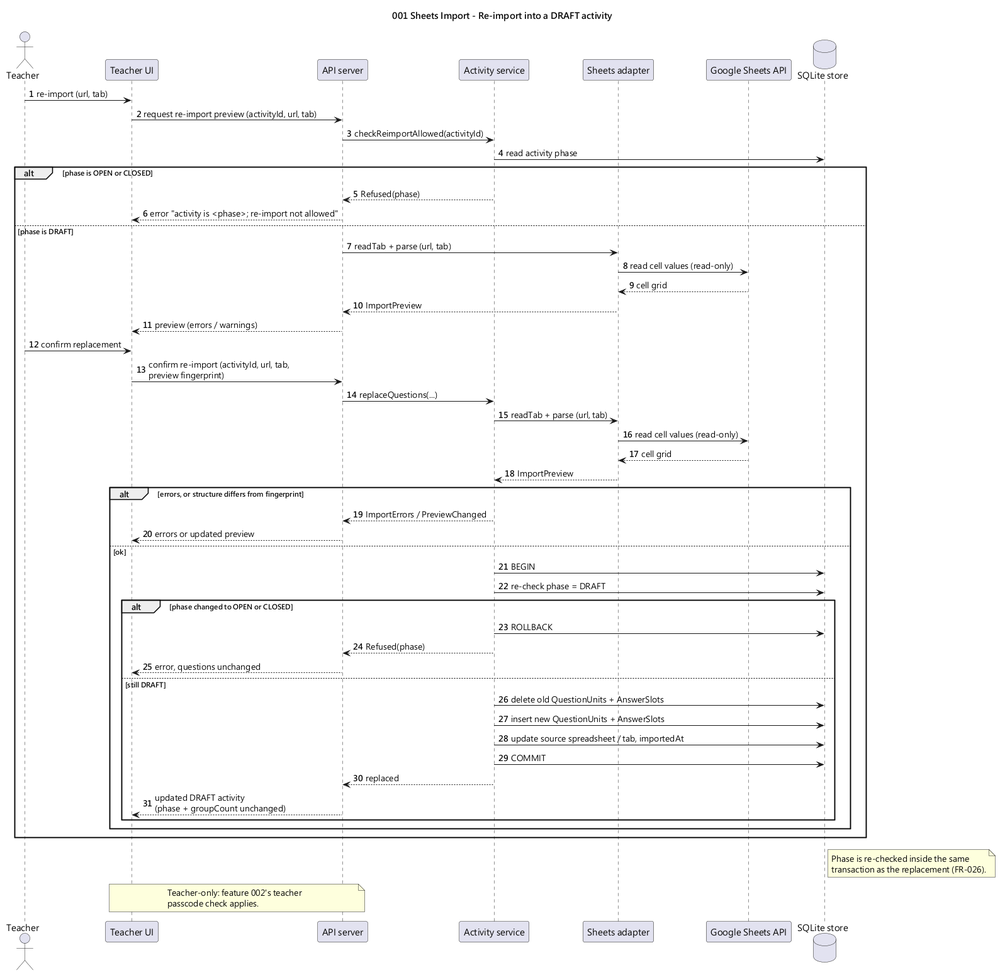
This is diagrams/001-seq-reimport.png from WasabiSaikou/quiz-buzzer, a PlantUML export, as it was before one commit. The source it was exported from:
```plantuml
@startuml 001-seq-reimport
title 001 Sheets Import - Re-import into a DRAFT activity

skinparam shadowing false
skinparam defaultFontName "Microsoft JhengHei"
autonumber

actor Teacher
participant "Teacher UI" as TUI
participant "API server" as API
participant "Activity service" as ACT
participant "Sheets adapter" as SA
participant "Google Sheets API" as GSA
database "SQLite store" as DB

Teacher -> TUI : re-import (url, tab)
TUI -> API : request re-import preview (activityId, url, tab)
API -> ACT : checkReimportAllowed(activityId)
ACT -> DB : read activity phase
alt phase is OPEN or CLOSED
  ACT --> API : Refused(phase)
  API --> TUI : error "activity is <phase>; re-import not allowed"
else phase is DRAFT
  API -> SA : readTab + parse (url, tab)
  SA -> GSA : read cell values (read-only)
  GSA --> SA : cell grid
  SA --> API : ImportPreview
  API --> TUI : preview (errors / warnings)
  Teacher -> TUI : confirm replacement
  TUI -> API : confirm re-import (activityId, url, tab,\npreview fingerprint)
  API -> ACT : replaceQuestions(...)
  ACT -> SA : readTab + parse (url, tab)
  SA -> GSA : read cell values (read-only)
  GSA --> SA : cell grid
  SA --> ACT : ImportPreview
  alt errors, or structure differs from fingerprint
    ACT --> API : ImportErrors / PreviewChanged
    API --> TUI : errors or updated preview
  else ok
    ACT -> DB : BEGIN
    ACT -> DB : re-check phase = DRAFT
    alt phase changed to OPEN or CLOSED
      ACT -> DB : ROLLBACK
      ACT --> API : Refused(phase)
      API --> TUI : error, questions unchanged
    else still DRAFT
      ACT -> DB : delete old QuestionUnits + AnswerSlots
      ACT -> DB : insert new QuestionUnits + AnswerSlots
      ACT -> DB : update source spreadsheet / tab, importedAt
      ACT -> DB : COMMIT
      ACT --> API : replaced
      API --> TUI : updated DRAFT activity\n(phase + groupCount unchanged)
    end
  end
end

note right of DB
  Phase is re-checked inside the same
  transaction as the replacement (FR-026).
end note

note over TUI, API
  Teacher-only: feature 002's teacher
  passcode check applies.
end note
@enduml
```
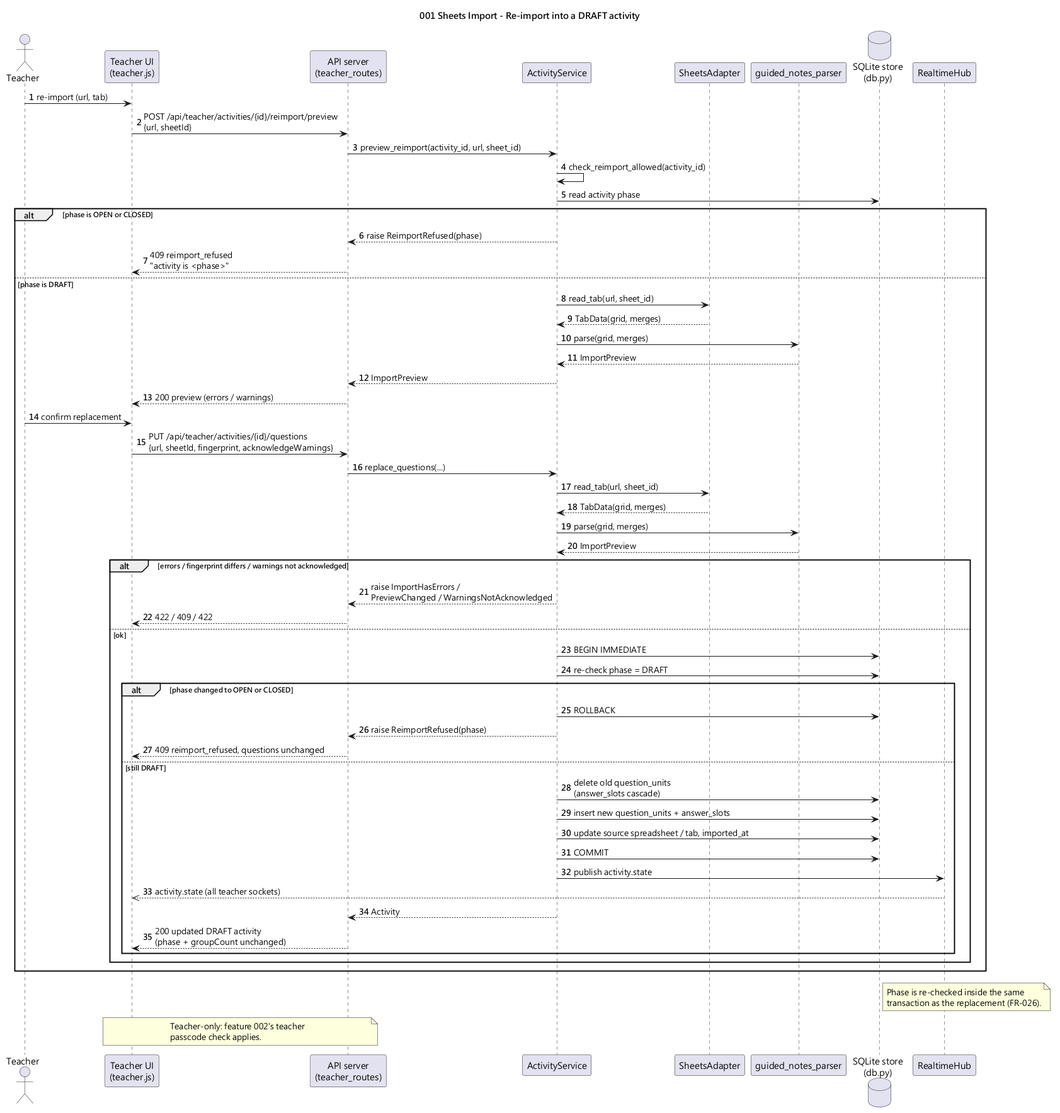
The same file after the commit.

The edit, as a diff of the source:
```diff
@@ -6,50 +6,55 @@
 autonumber
 
 actor Teacher
-participant "Teacher UI" as TUI
-participant "API server" as API
-participant "Activity service" as ACT
-participant "Sheets adapter" as SA
-participant "Google Sheets API" as GSA
-database "SQLite store" as DB
+participant "Teacher UI\n(teacher.js)" as TUI
+participant "API server\n(teacher_routes)" as API
+participant "ActivityService" as ACT
+participant "SheetsAdapter" as SA
+participant "guided_notes_parser" as PARSER
+database "SQLite store\n(db.py)" as DB
+participant "RealtimeHub" as RT
 
 Teacher -> TUI : re-import (url, tab)
-TUI -> API : request re-import preview (activityId, url, tab)
-API -> ACT : checkReimportAllowed(activityId)
+TUI -> API : POST /api/teacher/activities/{id}/reimport/preview\n{url, sheetId}
+API -> ACT : preview_reimport(activity_id, url, sheet_id)
+ACT -> ACT : check_reimport_allowed(activity_id)
 ACT -> DB : read activity phase
 alt phase is OPEN or CLOSED
-  ACT --> API : Refused(phase)
-  API --> TUI : error "activity is <phase>; re-import not allowed"
+  ACT --> API : raise ReimportRefused(phase)
+  API --> TUI : 409 reimport_refused\n"activity is <phase>"
 else phase is DRAFT
-  API -> SA : readTab + parse (url, tab)
-  SA -> GSA : read cell values (read-only)
-  GSA --> SA : cell grid
-  SA --> API : ImportPreview
-  API --> TUI : preview (errors / warnings)
+  ACT -> SA : read_tab(url, sheet_id)
+  SA --> ACT : TabData(grid, merges)
+  ACT -> PARSER : parse(grid, merges)
+  PARSER --> ACT : ImportPreview
+  ACT --> API : ImportPreview
+  API --> TUI : 200 preview (errors / warnings)
   Teacher -> TUI : confirm replacement
-  TUI -> API : confirm re-import (activityId, url, tab,\npreview fingerprint)
-  API -> ACT : replaceQuestions(...)
-  ACT -> SA : readTab + parse (url, tab)
-  SA -> GSA : read cell values (read-only)
-  GSA --> SA : cell grid
-  SA --> ACT : ImportPreview
-  alt errors, or structure differs from fingerprint
-    ACT --> API : ImportErrors / PreviewChanged
-    API --> TUI : errors or updated preview
+  TUI -> API : PUT /api/teacher/activities/{id}/questions\n{url, sheetId, fingerprint, acknowledgeWarnings}
+  API -> ACT : replace_questions(...)
+  ACT -> SA : read_tab(url, sheet_id)
+  SA --> ACT : TabData(grid, merges)
+  ACT -> PARSER : parse(grid, merges)
+  PARSER --> ACT : ImportPreview
+  alt errors / fingerprint differs / warnings not acknowledged
+    ACT --> API : raise ImportHasErrors /\nPreviewChanged / WarningsNotAcknowledged
+    API --> TUI : 422 / 409 / 422
   else ok
-    ACT -> DB : BEGIN
+    ACT -> DB : BEGIN IMMEDIATE
     ACT -> DB : re-check phase = DRAFT
     alt phase changed to OPEN or CLOSED
       ACT -> DB : ROLLBACK
-      ACT --> API : Refused(phase)
-      API --> TUI : error, questions unchanged
+      ACT --> API : raise ReimportRefused(phase)
+      API --> TUI : 409 reimport_refused, questions unchanged
     else still DRAFT
-      ACT -> DB : delete old QuestionUnits + AnswerSlots
-      ACT -> DB : insert new QuestionUnits + AnswerSlots
-      ACT -> DB : update source spreadsheet / tab, importedAt
+      ACT -> DB : delete old question_units\n(answer_slots cascade)
+      ACT -> DB : insert new question_units + answer_slots
+      ACT -> DB : update source spreadsheet / tab, imported_at
       ACT -> DB : COMMIT
-      ACT --> API : replaced
-      API --> TUI : updated DRAFT activity\n(phase + groupCount unchanged)
+      ACT -> RT : publish activity.state
+      RT -->> TUI : activity.state (all teacher sockets)
+      ACT --> API : Activity
+      API --> TUI : 200 updated DRAFT activity\n(phase + groupCount unchanged)
     end
   end
 end
```
